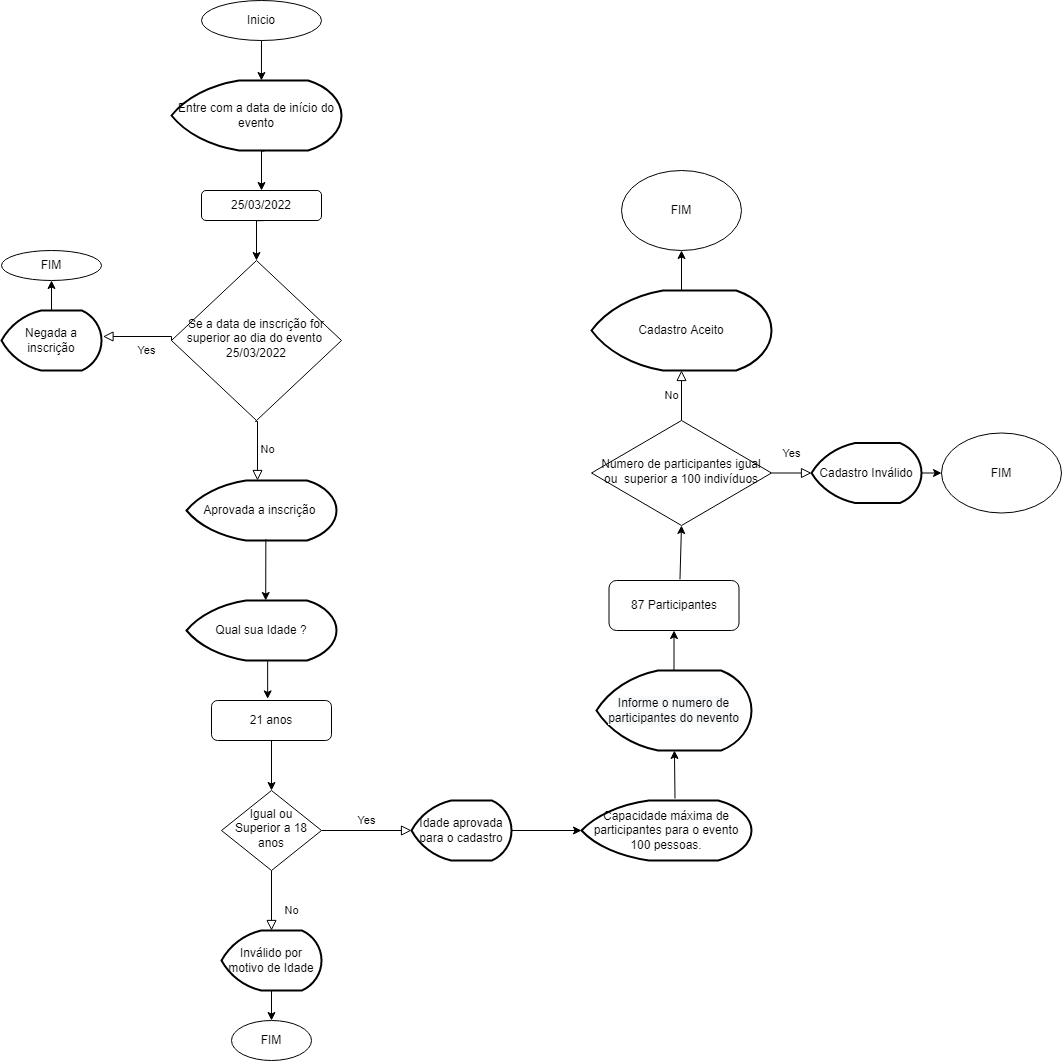
EvertonMDS/Fluxograma keeps this draw.io diagram as Untitled Diagram.drawio.png. Above is the earlier version. Source tidied: cells renumbered, new cells last; positions are measured from the earlier drawing's top-left corner, leaving out a move shared by most shapes.
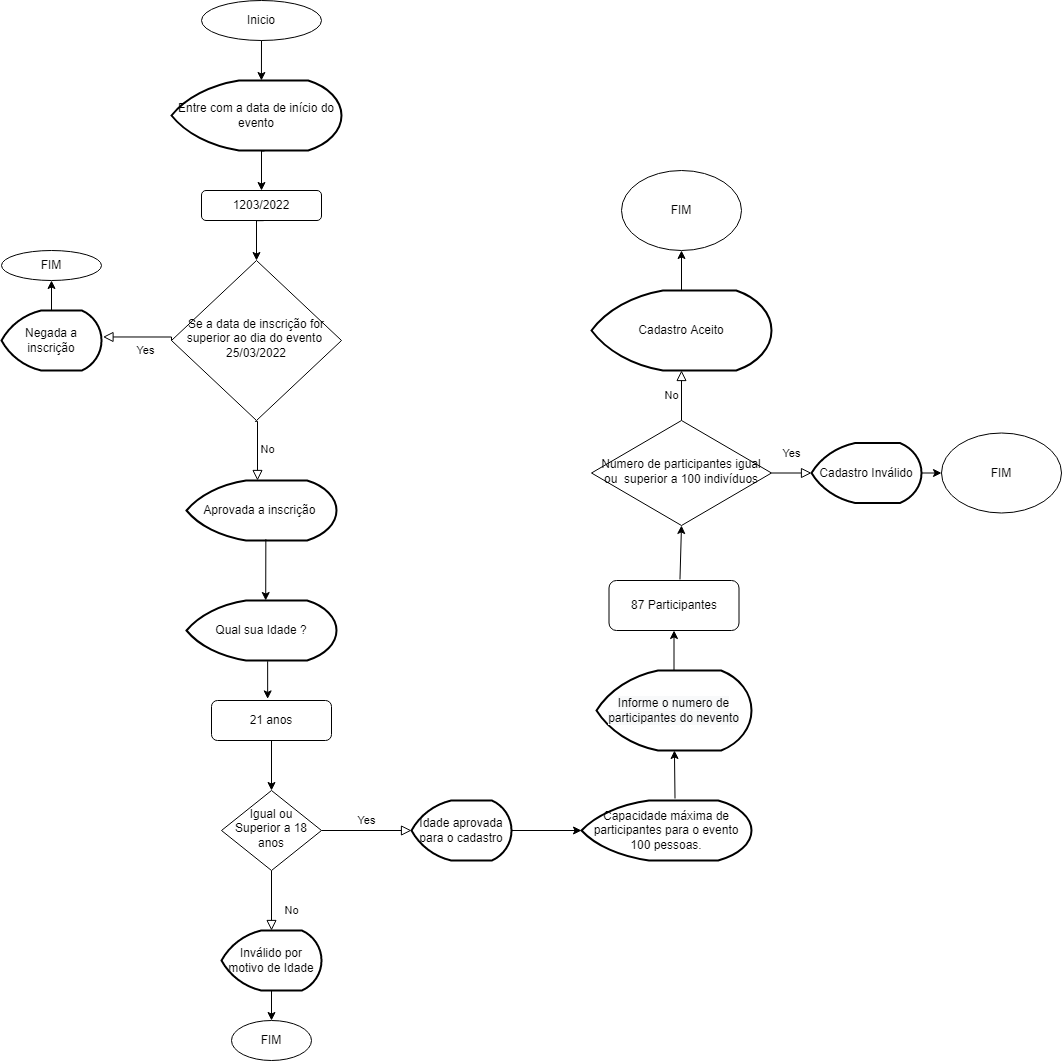
Above is the later version.

What changed in the source:
```diff
@@ -140,7 +140,7 @@
     <mxCell id="41" style="endArrow=classic;html=1;rounded=0;entryX=0.529;entryY=0;entryDx=0;entryDy=0;entryPerimeter=0;" parent="1" edge="1" source="6" target="8">
       <mxGeometry relative="1" as="geometry" />
     </mxCell>
-    <mxCell id="42" value="&lt;span&gt;25/03/2022&lt;/span&gt;" style="rounded=1;whiteSpace=wrap;html=1;" parent="1" vertex="1">
+    <mxCell id="42" value="&lt;span&gt;1203/2022&lt;/span&gt;" style="rounded=1;whiteSpace=wrap;html=1;" parent="1" vertex="1">
       <mxGeometry x="200" y="190" width="120" height="30" as="geometry" />
     </mxCell>
   </root>
```
